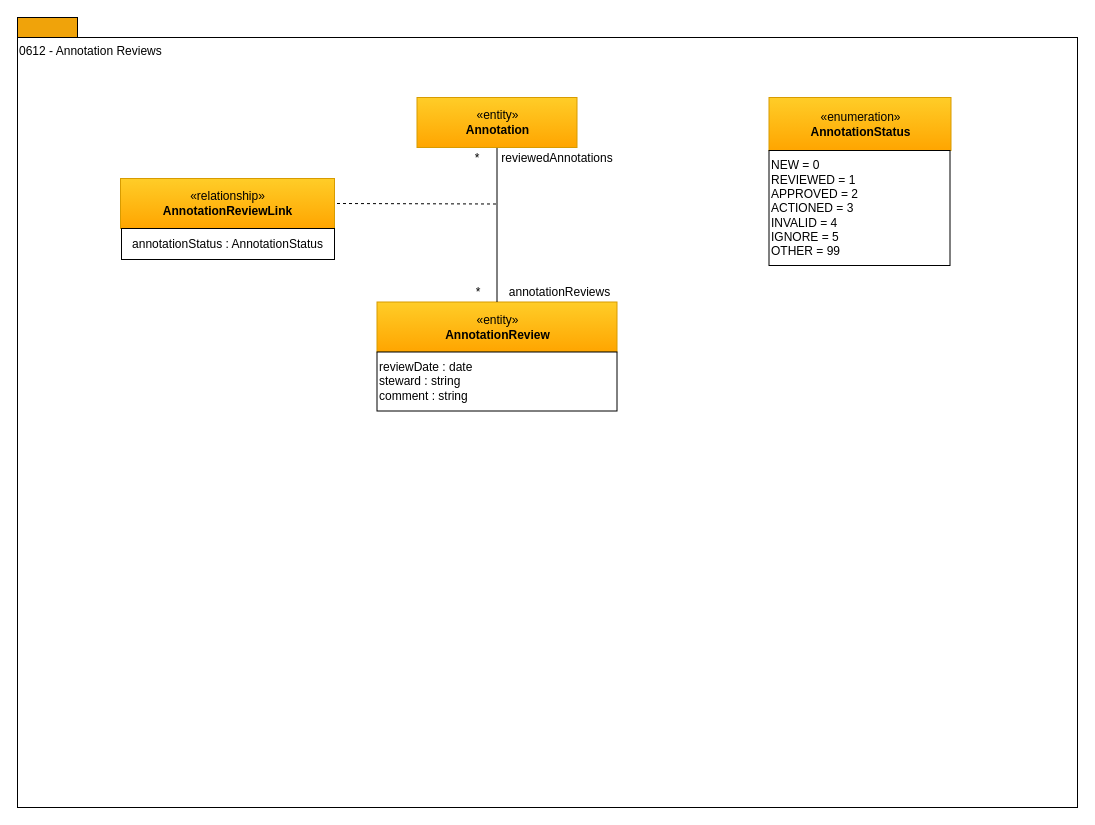
Before: page "0612-Annotation-Reviews" (7 of 18) of open-metadata-publication/website/open-metadata-types/area-6-discovery.drawio in odpi/egeria, a draw.io diagram. Source tidied: cells renumbered, new cells numbered last; positions are measured from the earlier drawing's top-left corner, leaving out a move shared by most shapes. Both pictures are drawn from the tidied source at 100%, with x=0, y=0 at pixel (17, 17).
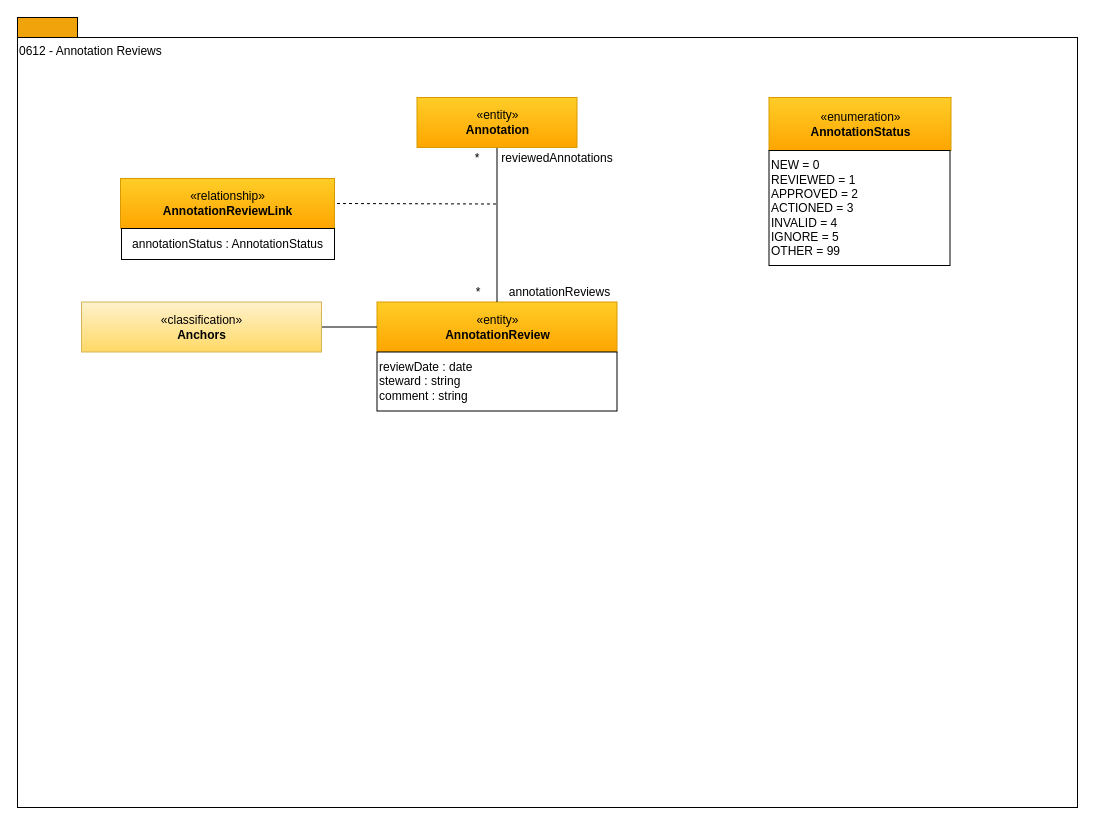
The same diagram, later.

Diff of the diagram source:
```diff
@@
 <mxGraphModel>
   <root>
     <mxCell id="0" />
     <mxCell id="1" parent="0" />
     <mxCell id="2" style="rounded=0;whiteSpace=wrap;html=1;align=left;fillColor=#f0a30a;strokeColor=#000000;fontColor=#ffffff;" parent="1" vertex="1">
       <mxGeometry width="60" height="20" as="geometry" />
     </mxCell>
     <mxCell id="3" value="0612 - Annotation Reviews" style="rounded=0;whiteSpace=wrap;html=1;align=left;verticalAlign=top;" parent="1" vertex="1">
       <mxGeometry y="20" width="1060" height="770" as="geometry" />
     </mxCell>
     <mxCell id="4" value="«entity»&lt;br&gt;&lt;b&gt;AnnotationReview&lt;/b&gt;" style="html=1;strokeColor=#d79b00;align=center;fillColor=#ffcd28;gradientColor=#ffa500;" parent="1" vertex="1">
       <mxGeometry x="359.5" y="284.5" width="240" height="50" as="geometry" />
     </mxCell>
     <mxCell id="5" value="reviewDate : date&lt;br&gt;steward : string&lt;br&gt;comment : string&lt;br&gt;" style="rounded=0;whiteSpace=wrap;html=1;strokeColor=#000000;gradientColor=#ffffff;align=left;" parent="1" vertex="1">
       <mxGeometry x="359.5" y="334.5" width="240" height="59" as="geometry" />
     </mxCell>
     <mxCell id="6" style="edgeStyle=orthogonalEdgeStyle;rounded=0;html=1;endArrow=none;endFill=0;jettySize=auto;" parent="1" edge="1" source="7" target="4">
       <mxGeometry relative="1" as="geometry" />
     </mxCell>
     <mxCell id="7" value="«entity»&lt;br&gt;&lt;b&gt;Annotation&lt;/b&gt;" style="html=1;strokeColor=#d79b00;align=center;fillColor=#ffcd28;gradientColor=#ffa500;" parent="1" vertex="1">
       <mxGeometry x="399.5" y="80" width="160" height="50" as="geometry" />
     </mxCell>
     <mxCell id="8" value="«relationship»&lt;br&gt;&lt;b&gt;AnnotationReviewLink&lt;/b&gt;" style="html=1;strokeColor=#d79b00;align=center;fillColor=#ffcd28;gradientColor=#ffa500;" parent="1" vertex="1">
       <mxGeometry x="103" y="161" width="214" height="50" as="geometry" />
     </mxCell>
     <mxCell id="9" style="endArrow=none;dashed=1;html=1;entryX=1;entryY=0.5;" parent="1" edge="1" target="8">
       <mxGeometry relative="1" as="geometry">
         <mxPoint x="478.5" y="186.5" as="sourcePoint" />
       </mxGeometry>
     </mxCell>
     <mxCell id="10" value="annotationStatus : AnnotationStatus" style="rounded=0;whiteSpace=wrap;html=1;strokeColor=#000000;gradientColor=#ffffff;align=center;" parent="1" vertex="1">
       <mxGeometry x="104" y="211" width="213" height="31" as="geometry" />
     </mxCell>
     <mxCell id="11" value="*" style="text;html=1;strokeColor=none;fillColor=none;align=center;verticalAlign=middle;whiteSpace=wrap;rounded=0;" parent="1" vertex="1">
       <mxGeometry x="439.5" y="130.5" width="40" height="20" as="geometry" />
     </mxCell>
     <mxCell id="12" value="*" style="text;html=1;strokeColor=none;fillColor=none;align=center;verticalAlign=middle;whiteSpace=wrap;rounded=0;" parent="1" vertex="1">
       <mxGeometry x="440.5" y="264.5" width="40" height="20" as="geometry" />
     </mxCell>
     <mxCell id="13" value="reviewedAnnotations" style="text;html=1;strokeColor=none;fillColor=none;align=center;verticalAlign=middle;whiteSpace=wrap;rounded=0;" parent="1" vertex="1">
       <mxGeometry x="487.5" y="130.5" width="104" height="20" as="geometry" />
     </mxCell>
     <mxCell id="14" value="annotationReviews" style="text;html=1;strokeColor=none;fillColor=none;align=center;verticalAlign=middle;whiteSpace=wrap;rounded=0;" parent="1" vertex="1">
       <mxGeometry x="480.5" y="264.5" width="123" height="20" as="geometry" />
     </mxCell>
     <mxCell id="15" value="«enumeration»&lt;br&gt;&lt;b&gt;AnnotationStatus&lt;/b&gt;" style="html=1;strokeColor=#d79b00;align=center;fillColor=#ffcd28;gradientColor=#ffa500;" parent="1" vertex="1">
       <mxGeometry x="751.5" y="80" width="182" height="53" as="geometry" />
     </mxCell>
     <mxCell id="16" value="NEW = 0&lt;br&gt;REVIEWED = 1&lt;br&gt;APPROVED = 2&lt;br&gt;ACTIONED = 3&lt;br&gt;INVALID = 4&lt;br&gt;IGNORE = 5&lt;br&gt;OTHER = 99&lt;br&gt;" style="rounded=0;whiteSpace=wrap;html=1;strokeColor=#000000;gradientColor=#ffffff;align=left;" parent="1" vertex="1">
       <mxGeometry x="751.5" y="133" width="181" height="115" as="geometry" />
     </mxCell>
+    <mxCell id="17" style="edgeStyle=orthogonalEdgeStyle;rounded=0;jettySize=auto;html=1;endArrow=none;endFill=0;exitX=0;exitY=0.5;exitDx=0;exitDy=0;" parent="1" edge="1" source="4" target="18">
+      <mxGeometry relative="1" as="geometry" />
+    </mxCell>
+    <mxCell id="18" value="«classification»&lt;br&gt;&lt;b&gt;Anchors&lt;/b&gt;" style="html=1;strokeColor=#d6b656;align=center;fillColor=#fff2cc;gradientColor=#ffd966;" parent="1" vertex="1">
+      <mxGeometry x="64" y="284.5" width="240" height="50" as="geometry" />
+    </mxCell>
   </root>
 </mxGraphModel>
```
